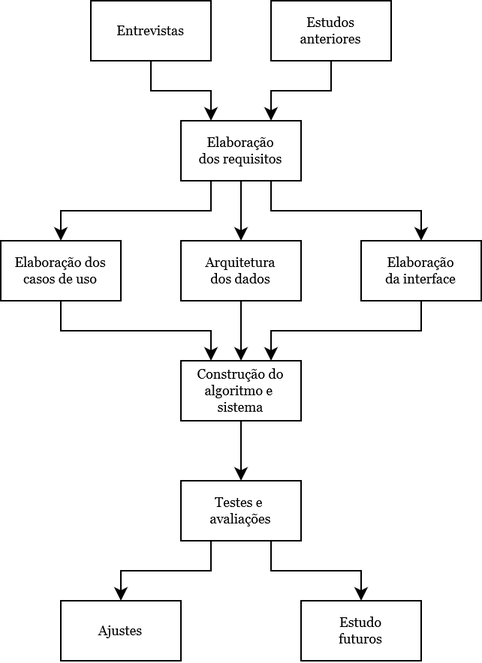
The draw.io diagram figuras/fluxograma-acao.png in Leinadium/puc-tcc-disciplinas, before a commit. Source tidied: cells renumbered, new cells last; positions are measured from the earlier drawing's top-left corner, leaving out a move shared by most shapes. Source of this version:
```xml
<mxGraphModel>
  <root>
    <mxCell id="0" />
    <mxCell id="1" parent="0" />
    <mxCell id="2" style="edgeStyle=orthogonalEdgeStyle;rounded=0;jettySize=auto;html=1;" parent="1" edge="1" source="3" target="9">
      <mxGeometry relative="1" as="geometry">
        <Array as="points">
          <mxPoint x="100" y="60" />
          <mxPoint x="140" y="60" />
        </Array>
      </mxGeometry>
    </mxCell>
    <mxCell id="3" value="Entrevistas" style="rounded=0;whiteSpace=wrap;html=1;fontSize=9;fontFamily=Georgia;" parent="1" vertex="1">
      <mxGeometry x="60" width="80" height="40" as="geometry" />
    </mxCell>
    <mxCell id="4" style="edgeStyle=orthogonalEdgeStyle;rounded=0;jettySize=auto;html=1;" parent="1" edge="1" source="5" target="9">
      <mxGeometry relative="1" as="geometry">
        <Array as="points">
          <mxPoint x="220" y="60" />
          <mxPoint x="180" y="60" />
        </Array>
      </mxGeometry>
    </mxCell>
    <mxCell id="5" value="&lt;div style=&quot;font-size: 9px;&quot;&gt;Estudos&lt;/div&gt;&lt;div style=&quot;font-size: 9px;&quot;&gt;anteriores&lt;br style=&quot;font-size: 9px;&quot;&gt;&lt;/div&gt;" style="rounded=0;whiteSpace=wrap;html=1;fontSize=9;fontFamily=Georgia;" parent="1" vertex="1">
      <mxGeometry x="180" width="80" height="40" as="geometry" />
    </mxCell>
    <mxCell id="6" style="edgeStyle=orthogonalEdgeStyle;rounded=0;jettySize=auto;html=1;" parent="1" edge="1" source="9" target="13">
      <mxGeometry relative="1" as="geometry">
        <Array as="points">
          <mxPoint x="180" y="140" />
          <mxPoint x="280" y="140" />
        </Array>
      </mxGeometry>
    </mxCell>
    <mxCell id="7" style="edgeStyle=orthogonalEdgeStyle;rounded=0;jettySize=auto;html=1;" parent="1" edge="1" source="9" target="11">
      <mxGeometry relative="1" as="geometry">
        <Array as="points">
          <mxPoint x="160" y="130" />
          <mxPoint x="160" y="130" />
        </Array>
      </mxGeometry>
    </mxCell>
    <mxCell id="8" style="edgeStyle=orthogonalEdgeStyle;rounded=0;jettySize=auto;html=1;" parent="1" edge="1" source="9" target="15">
      <mxGeometry relative="1" as="geometry">
        <Array as="points">
          <mxPoint x="140" y="140" />
          <mxPoint x="40" y="140" />
        </Array>
      </mxGeometry>
    </mxCell>
    <mxCell id="9" value="&lt;div&gt;Elaboração&lt;/div&gt;&lt;div&gt;dos requisitos&lt;br&gt;&lt;/div&gt;" style="rounded=0;whiteSpace=wrap;html=1;fontSize=9;fontFamily=Georgia;" parent="1" vertex="1">
      <mxGeometry x="120" y="80" width="80" height="40" as="geometry" />
    </mxCell>
    <mxCell id="10" style="edgeStyle=orthogonalEdgeStyle;rounded=0;jettySize=auto;html=1;" parent="1" edge="1" source="11" target="17">
      <mxGeometry relative="1" as="geometry" />
    </mxCell>
    <mxCell id="11" value="&lt;div style=&quot;font-size: 9px;&quot;&gt;Arquitetura&lt;/div&gt;&lt;div style=&quot;font-size: 9px;&quot;&gt;dos dados&lt;br style=&quot;font-size: 9px;&quot;&gt;&lt;/div&gt;" style="rounded=0;whiteSpace=wrap;html=1;fontSize=9;fontFamily=Georgia;" parent="1" vertex="1">
      <mxGeometry x="120" y="160" width="80" height="40" as="geometry" />
    </mxCell>
    <mxCell id="12" style="edgeStyle=orthogonalEdgeStyle;rounded=0;jettySize=auto;html=1;entryX=0.75;entryY=0;entryDx=0;entryDy=0;" parent="1" edge="1" source="13" target="17">
      <mxGeometry relative="1" as="geometry">
        <Array as="points">
          <mxPoint x="280" y="220" />
          <mxPoint x="180" y="220" />
        </Array>
      </mxGeometry>
    </mxCell>
    <mxCell id="13" value="&lt;div&gt;Elaboração&lt;/div&gt;&lt;div&gt;da interface&lt;br&gt;&lt;/div&gt;" style="rounded=0;whiteSpace=wrap;html=1;fontSize=9;fontFamily=Georgia;" parent="1" vertex="1">
      <mxGeometry x="240" y="160" width="80" height="40" as="geometry" />
    </mxCell>
    <mxCell id="14" style="edgeStyle=orthogonalEdgeStyle;rounded=0;jettySize=auto;html=1;" parent="1" edge="1" source="15" target="17">
      <mxGeometry relative="1" as="geometry">
        <Array as="points">
          <mxPoint x="40" y="220" />
          <mxPoint x="140" y="220" />
        </Array>
      </mxGeometry>
    </mxCell>
    <mxCell id="15" value="&lt;div&gt;Elaboração dos&lt;br&gt;&lt;/div&gt;&lt;div&gt;casos de uso&lt;br&gt;&lt;/div&gt;" style="rounded=0;whiteSpace=wrap;html=1;fontSize=9;fontFamily=Georgia;" parent="1" vertex="1">
      <mxGeometry y="160" width="80" height="40" as="geometry" />
    </mxCell>
    <mxCell id="16" style="edgeStyle=orthogonalEdgeStyle;rounded=0;jettySize=auto;html=1;" parent="1" edge="1" source="17" target="20">
      <mxGeometry relative="1" as="geometry" />
    </mxCell>
    <mxCell id="17" value="&lt;div&gt;Construção do algoritmo e&amp;nbsp;&lt;/div&gt;&lt;div&gt;sistema&lt;/div&gt;" style="rounded=0;whiteSpace=wrap;html=1;fontSize=9;fontFamily=Georgia;" parent="1" vertex="1">
      <mxGeometry x="120" y="240" width="80" height="40" as="geometry" />
    </mxCell>
    <mxCell id="18" style="edgeStyle=orthogonalEdgeStyle;rounded=0;jettySize=auto;html=1;" parent="1" edge="1" source="20" target="21">
      <mxGeometry relative="1" as="geometry">
        <Array as="points">
          <mxPoint x="180" y="380" />
          <mxPoint x="240" y="380" />
        </Array>
      </mxGeometry>
    </mxCell>
    <mxCell id="19" style="edgeStyle=orthogonalEdgeStyle;rounded=0;jettySize=auto;html=1;" parent="1" edge="1" source="20" target="22">
      <mxGeometry relative="1" as="geometry">
        <Array as="points">
          <mxPoint x="140" y="380" />
          <mxPoint x="80" y="380" />
        </Array>
      </mxGeometry>
    </mxCell>
    <mxCell id="20" value="&lt;div&gt;Testes e&amp;nbsp;&lt;/div&gt;&lt;div&gt;avaliações&lt;/div&gt;" style="rounded=0;whiteSpace=wrap;html=1;fontSize=9;fontFamily=Georgia;" parent="1" vertex="1">
      <mxGeometry x="120" y="320" width="80" height="40" as="geometry" />
    </mxCell>
    <mxCell id="21" value="&lt;div&gt;Estudo&lt;/div&gt;&lt;div&gt;futuros&lt;br&gt;&lt;/div&gt;" style="rounded=0;whiteSpace=wrap;html=1;fontSize=9;fontFamily=Georgia;" parent="1" vertex="1">
      <mxGeometry x="200" y="400" width="80" height="40" as="geometry" />
    </mxCell>
    <mxCell id="22" value="Ajustes" style="rounded=0;whiteSpace=wrap;html=1;fontSize=9;fontFamily=Georgia;" parent="1" vertex="1">
      <mxGeometry x="40" y="400" width="80" height="40" as="geometry" />
    </mxCell>
  </root>
</mxGraphModel>
```
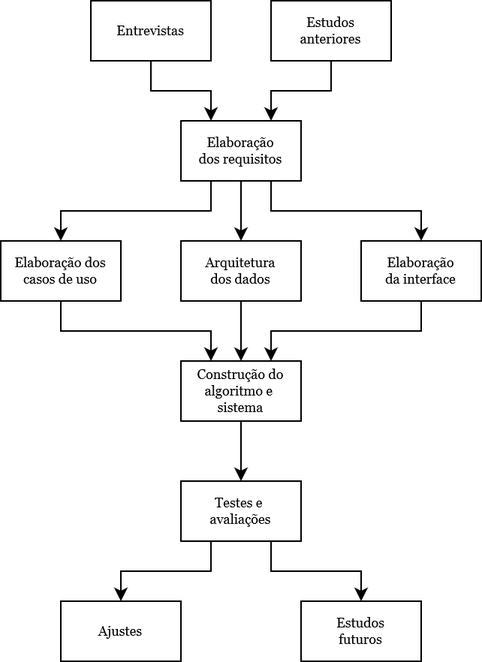
After the commit.

Commit message:
rev: correcoes no plano de acao

What changed in the source:
```diff
@@ -104,7 +104,7 @@
     <mxCell id="20" value="&lt;div&gt;Testes e&amp;nbsp;&lt;/div&gt;&lt;div&gt;avaliações&lt;/div&gt;" style="rounded=0;whiteSpace=wrap;html=1;fontSize=9;fontFamily=Georgia;" parent="1" vertex="1">
       <mxGeometry x="120" y="320" width="80" height="40" as="geometry" />
     </mxCell>
-    <mxCell id="21" value="&lt;div&gt;Estudo&lt;/div&gt;&lt;div&gt;futuros&lt;br&gt;&lt;/div&gt;" style="rounded=0;whiteSpace=wrap;html=1;fontSize=9;fontFamily=Georgia;" parent="1" vertex="1">
+    <mxCell id="21" value="&lt;div&gt;Estudos&lt;/div&gt;&lt;div&gt;futuros&lt;br&gt;&lt;/div&gt;" style="rounded=0;whiteSpace=wrap;html=1;fontSize=9;fontFamily=Georgia;" parent="1" vertex="1">
       <mxGeometry x="200" y="400" width="80" height="40" as="geometry" />
     </mxCell>
     <mxCell id="22" value="Ajustes" style="rounded=0;whiteSpace=wrap;html=1;fontSize=9;fontFamily=Georgia;" parent="1" vertex="1">
```
